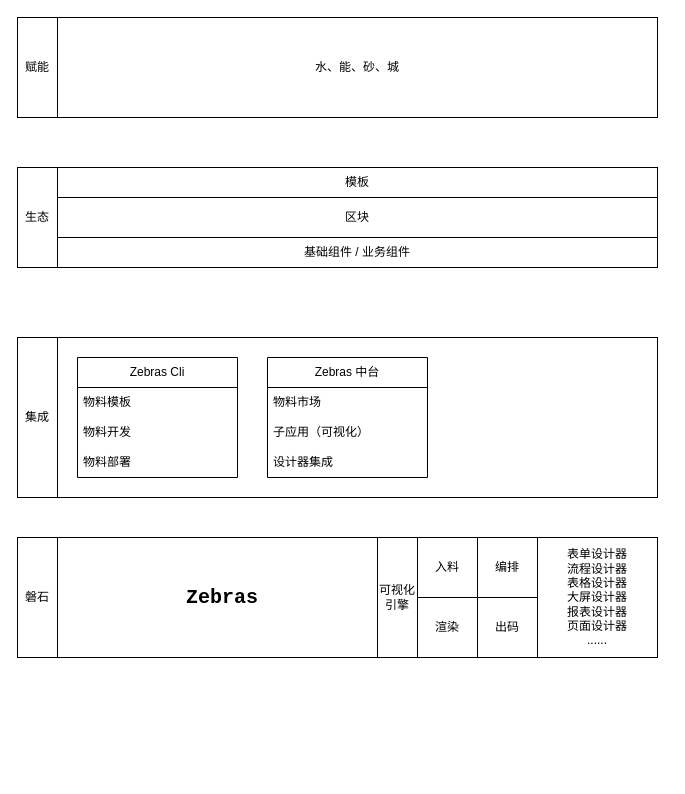
Before: 低代码—架构.drawio in tangyaosimida/love, a draw.io diagram. Source tidied: cells renumbered, new cells numbered last; positions are measured from the earlier drawing's top-left corner, leaving out a move shared by most shapes. Both pictures are drawn from the tidied source at 100%, with x=0, y=0 at pixel (17, 17).
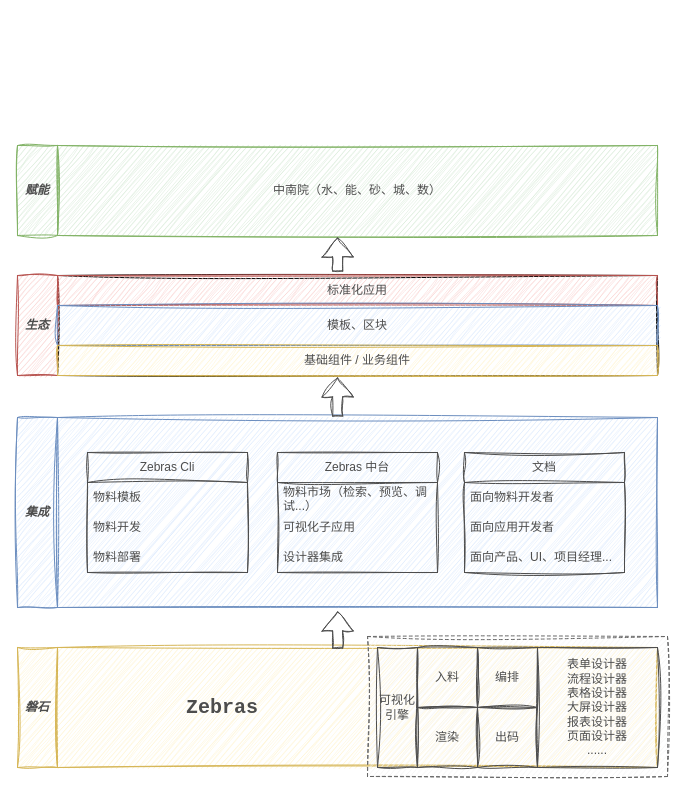
Above is the later version.

Commit message:
更新低代码—架构.drawio

The edit, as a diff of the source:
```diff
@@
+    <mxCell id="4" style="rounded=0;whiteSpace=wrap;html=1;shadow=0;glass=0;swimlaneLine=1;fillColor=#dae8fc;strokeColor=#6c8ebf;fontColor=#4D4D4D;sketch=1;curveFitting=1;jiggle=2;" parent="1" vertex="1">
+      <mxGeometry x="40" y="400" width="600" height="190" as="geometry" />
+    </mxCell>
-    <mxCell id="2" style="rounded=0;whiteSpace=wrap;html=1;" parent="1" vertex="1">
-      <mxGeometry x="40" y="520" width="600" height="120" as="geometry" />
+    <mxCell id="2" style="rounded=0;whiteSpace=wrap;html=1;shadow=0;glass=0;swimlaneLine=1;fillColor=#fff2cc;strokeColor=#d6b656;fontColor=#4D4D4D;sketch=1;curveFitting=1;jiggle=2;" parent="1" vertex="1">
+      <mxGeometry x="40" y="630" width="600" height="120" as="geometry" />
     </mxCell>
+    <mxCell id="29" style="rounded=0;whiteSpace=wrap;html=1;dashed=1;fillColor=#f5f5f5;fontColor=#4D4D4D;strokeColor=#666666;glass=0;shadow=0;swimlaneLine=1;sketch=1;curveFitting=1;jiggle=2;" parent="1" vertex="1">
+      <mxGeometry x="350" y="619" width="300" height="140" as="geometry" />
+    </mxCell>
-    <mxCell id="3" value="磐石" style="rounded=0;whiteSpace=wrap;html=1;" parent="1" vertex="1">
-      <mxGeometry y="520" width="40" height="120" as="geometry" />
+    <mxCell id="3" value="磐石" style="rounded=0;whiteSpace=wrap;html=1;shadow=0;glass=0;swimlaneLine=1;fillColor=#fff2cc;strokeColor=#d6b656;fontStyle=3;fontColor=#4D4D4D;sketch=1;curveFitting=1;jiggle=2;" parent="1" vertex="1">
+      <mxGeometry y="630" width="40" height="120" as="geometry" />
     </mxCell>
-    <mxCell id="4" style="rounded=0;whiteSpace=wrap;html=1;" parent="1" vertex="1">
-      <mxGeometry x="40" y="320" width="600" height="160" as="geometry" />
-    </mxCell>
-    <mxCell id="5" value="集成" style="rounded=0;whiteSpace=wrap;html=1;" parent="1" vertex="1">
-      <mxGeometry y="320" width="40" height="160" as="geometry" />
+    <mxCell id="5" value="集成" style="rounded=0;whiteSpace=wrap;html=1;shadow=0;glass=0;swimlaneLine=1;fillColor=#dae8fc;strokeColor=#6c8ebf;fontStyle=3;fontColor=#4D4D4D;sketch=1;curveFitting=1;jiggle=2;" parent="1" vertex="1">
+      <mxGeometry y="400" width="40" height="190" as="geometry" />
     </mxCell>
-    <mxCell id="6" style="rounded=0;whiteSpace=wrap;html=1;" parent="1" vertex="1">
-      <mxGeometry x="40" y="150" width="600" height="100" as="geometry" />
+    <mxCell id="6" style="rounded=0;whiteSpace=wrap;html=1;shadow=0;glass=0;swimlaneLine=1;fontColor=#4D4D4D;sketch=1;curveFitting=1;jiggle=2;" parent="1" vertex="1">
+      <mxGeometry x="40" y="258" width="600" height="100" as="geometry" />
     </mxCell>
-    <mxCell id="7" value="生态" style="rounded=0;whiteSpace=wrap;html=1;" parent="1" vertex="1">
-      <mxGeometry y="150" width="40" height="100" as="geometry" />
+    <mxCell id="7" value="生态" style="rounded=0;whiteSpace=wrap;html=1;shadow=0;glass=0;swimlaneLine=1;fillColor=#f8cecc;strokeColor=#b85450;fontStyle=3;fontColor=#4D4D4D;sketch=1;curveFitting=1;jiggle=2;" parent="1" vertex="1">
+      <mxGeometry y="258" width="40" height="100" as="geometry" />
     </mxCell>
-    <mxCell id="8" value="水、能、砂、城" style="rounded=0;whiteSpace=wrap;html=1;" parent="1" vertex="1">
-      <mxGeometry x="40" width="600" height="100" as="geometry" />
+    <mxCell id="8" value="中南院（水、能、砂、城、数）" style="rounded=0;whiteSpace=wrap;html=1;shadow=0;glass=0;swimlaneLine=1;fillColor=#d5e8d4;strokeColor=#82b366;fontColor=#4D4D4D;sketch=1;curveFitting=1;jiggle=2;" parent="1" vertex="1">
+      <mxGeometry x="40" y="128" width="600" height="90" as="geometry" />
     </mxCell>
-    <mxCell id="9" value="赋能" style="rounded=0;whiteSpace=wrap;html=1;" parent="1" vertex="1">
-      <mxGeometry width="40" height="100" as="geometry" />
+    <mxCell id="9" value="赋能" style="rounded=0;whiteSpace=wrap;html=1;shadow=0;glass=0;swimlaneLine=1;fillColor=#d5e8d4;strokeColor=#82b366;fontStyle=3;fontColor=#4D4D4D;sketch=1;curveFitting=1;jiggle=2;" parent="1" vertex="1">
+      <mxGeometry y="128" width="40" height="90" as="geometry" />
     </mxCell>
-    <mxCell id="10" style="rounded=0;whiteSpace=wrap;html=1;fillColor=#B3B3B3;" parent="1" vertex="1">
-      <mxGeometry x="400" y="520" width="240" height="120" as="geometry" />
-    </mxCell>
-    <mxCell id="11" value="Zebras" style="text;html=1;align=center;verticalAlign=middle;whiteSpace=wrap;rounded=0;fontStyle=1;fontSize=20;fontFamily=Courier New;" parent="1" vertex="1">
-      <mxGeometry x="150" y="562.5" width="110" height="35" as="geometry" />
+    <mxCell id="11" value="Zebras" style="text;html=1;align=center;verticalAlign=middle;whiteSpace=wrap;rounded=0;fontStyle=1;fontSize=20;fontFamily=Courier New;shadow=0;glass=0;swimlaneLine=1;fontColor=#4D4D4D;sketch=1;curveFitting=1;jiggle=2;" parent="1" vertex="1">
+      <mxGeometry x="150" y="672.5" width="110" height="35" as="geometry" />
     </mxCell>
-    <mxCell id="12" value="编排" style="rounded=0;whiteSpace=wrap;html=1;" parent="1" vertex="1">
-      <mxGeometry x="460" y="520" width="60" height="60" as="geometry" />
+    <mxCell id="12" value="编排" style="rounded=0;whiteSpace=wrap;html=1;shadow=0;glass=0;swimlaneLine=1;fillColor=none;fontColor=#4D4D4D;strokeColor=#4D4D4D;sketch=1;curveFitting=1;jiggle=2;" parent="1" vertex="1">
+      <mxGeometry x="460" y="630" width="60" height="60" as="geometry" />
     </mxCell>
-    <mxCell id="13" value="出码" style="rounded=0;whiteSpace=wrap;html=1;" parent="1" vertex="1">
-      <mxGeometry x="460" y="580" width="60" height="60" as="geometry" />
+    <mxCell id="13" value="出码" style="rounded=0;whiteSpace=wrap;html=1;shadow=0;glass=0;swimlaneLine=1;fillColor=none;fontColor=#4D4D4D;strokeColor=#4D4D4D;sketch=1;curveFitting=1;jiggle=2;" parent="1" vertex="1">
+      <mxGeometry x="460" y="690" width="60" height="60" as="geometry" />
     </mxCell>
-    <mxCell id="14" value="入料" style="rounded=0;whiteSpace=wrap;html=1;" parent="1" vertex="1">
-      <mxGeometry x="400" y="520" width="60" height="60" as="geometry" />
+    <mxCell id="14" value="入料" style="rounded=0;whiteSpace=wrap;html=1;shadow=0;glass=0;swimlaneLine=1;fillColor=none;fontColor=#4D4D4D;strokeColor=#4D4D4D;sketch=1;curveFitting=1;jiggle=2;" parent="1" vertex="1">
+      <mxGeometry x="400" y="630" width="60" height="60" as="geometry" />
     </mxCell>
-    <mxCell id="15" value="渲染" style="rounded=0;whiteSpace=wrap;html=1;" parent="1" vertex="1">
-      <mxGeometry x="400" y="580" width="60" height="60" as="geometry" />
+    <mxCell id="15" value="渲染" style="rounded=0;whiteSpace=wrap;html=1;shadow=0;glass=0;swimlaneLine=1;fillColor=none;fontColor=#4D4D4D;strokeColor=#4D4D4D;sketch=1;curveFitting=1;jiggle=2;" parent="1" vertex="1">
+      <mxGeometry x="400" y="690" width="60" height="60" as="geometry" />
     </mxCell>
-    <mxCell id="16" value="可视化引擎" style="rounded=0;whiteSpace=wrap;html=1;" parent="1" vertex="1">
-      <mxGeometry x="360" y="520" width="40" height="120" as="geometry" />
+    <mxCell id="16" value="可视化引擎" style="rounded=0;whiteSpace=wrap;html=1;shadow=0;glass=0;swimlaneLine=1;fillColor=none;fontColor=#4D4D4D;strokeColor=#4D4D4D;sketch=1;curveFitting=1;jiggle=2;" parent="1" vertex="1">
+      <mxGeometry x="360" y="630" width="40" height="120" as="geometry" />
     </mxCell>
-    <mxCell id="17" value="表单设计器&lt;br&gt;流程设计器&lt;br&gt;表格设计器&lt;br&gt;大屏设计器&lt;br&gt;报表设计器&lt;br&gt;页面设计器&lt;br&gt;......" style="rounded=0;whiteSpace=wrap;html=1;" parent="1" vertex="1">
-      <mxGeometry x="520" y="520" width="120" height="120" as="geometry" />
+    <mxCell id="17" value="表单设计器&lt;br&gt;流程设计器&lt;br&gt;表格设计器&lt;br&gt;大屏设计器&lt;br&gt;报表设计器&lt;br&gt;页面设计器&lt;br&gt;......" style="rounded=0;whiteSpace=wrap;html=1;shadow=0;glass=0;swimlaneLine=1;fillColor=none;fontColor=#4D4D4D;strokeColor=#4D4D4D;sketch=1;curveFitting=1;jiggle=2;" parent="1" vertex="1">
+      <mxGeometry x="520" y="630" width="120" height="120" as="geometry" />
     </mxCell>
-    <mxCell id="18" value="Zebras Cli" style="swimlane;fontStyle=0;horizontal=1;startSize=30;whiteSpace=wrap;html=1;" parent="1" vertex="1">
-      <mxGeometry x="60" y="340" width="160" height="120" as="geometry" />
+    <mxCell id="18" value="Zebras Cli" style="swimlane;fontStyle=0;horizontal=1;startSize=30;whiteSpace=wrap;html=1;shadow=0;glass=0;rounded=0;swimlaneLine=1;fontColor=#4D4D4D;fillColor=none;strokeColor=#4D4D4D;sketch=1;curveFitting=1;jiggle=2;" parent="1" vertex="1">
+      <mxGeometry x="70" y="435" width="160" height="120" as="geometry" />
     </mxCell>
-    <mxCell id="19" value="物料模板" style="text;strokeColor=none;fillColor=none;align=left;verticalAlign=middle;spacingLeft=4;spacingRight=4;overflow=hidden;whiteSpace=wrap;html=1;" parent="18" vertex="1">
+    <mxCell id="19" value="物料模板" style="text;strokeColor=none;fillColor=none;align=left;verticalAlign=middle;spacingLeft=4;spacingRight=4;overflow=hidden;whiteSpace=wrap;html=1;shadow=0;glass=0;rounded=0;swimlaneLine=1;fontColor=#4D4D4D;sketch=1;curveFitting=1;jiggle=2;" parent="18" vertex="1">
       <mxGeometry y="30" width="160" height="30" as="geometry" />
     </mxCell>
-    <mxCell id="20" value="物料开发" style="text;strokeColor=none;fillColor=none;align=left;verticalAlign=middle;spacingLeft=4;spacingRight=4;overflow=hidden;whiteSpace=wrap;html=1;" parent="18" vertex="1">
+    <mxCell id="20" value="物料开发" style="text;strokeColor=none;fillColor=none;align=left;verticalAlign=middle;spacingLeft=4;spacingRight=4;overflow=hidden;whiteSpace=wrap;html=1;shadow=0;glass=0;rounded=0;swimlaneLine=1;fontColor=#4D4D4D;sketch=1;curveFitting=1;jiggle=2;" parent="18" vertex="1">
       <mxGeometry y="60" width="160" height="30" as="geometry" />
     </mxCell>
-    <mxCell id="21" value="物料部署" style="text;strokeColor=none;fillColor=none;align=left;verticalAlign=middle;spacingLeft=4;spacingRight=4;overflow=hidden;whiteSpace=wrap;html=1;" parent="18" vertex="1">
+    <mxCell id="21" value="物料部署" style="text;strokeColor=none;fillColor=none;align=left;verticalAlign=middle;spacingLeft=4;spacingRight=4;overflow=hidden;whiteSpace=wrap;html=1;shadow=0;glass=0;rounded=0;swimlaneLine=1;fontColor=#4D4D4D;sketch=1;curveFitting=1;jiggle=2;" parent="18" vertex="1">
       <mxGeometry y="90" width="160" height="30" as="geometry" />
     </mxCell>
-    <mxCell id="22" value="Zebras 中台" style="swimlane;fontStyle=0;horizontal=1;startSize=30;whiteSpace=wrap;html=1;" parent="1" vertex="1">
-      <mxGeometry x="250" y="340" width="160" height="120" as="geometry" />
+    <mxCell id="22" value="Zebras 中台" style="swimlane;fontStyle=0;horizontal=1;startSize=30;whiteSpace=wrap;html=1;shadow=0;glass=0;rounded=0;swimlaneLine=1;fontColor=#4D4D4D;fillColor=none;strokeColor=#4D4D4D;sketch=1;curveFitting=1;jiggle=2;" parent="1" vertex="1">
+      <mxGeometry x="260" y="435" width="160" height="120" as="geometry" />
     </mxCell>
-    <mxCell id="23" value="物料市场" style="text;strokeColor=none;fillColor=none;align=left;verticalAlign=middle;spacingLeft=4;spacingRight=4;overflow=hidden;whiteSpace=wrap;html=1;" parent="22" vertex="1">
+    <mxCell id="23" value="物料市场（检索、预览、调试...）" style="text;strokeColor=none;fillColor=none;align=left;verticalAlign=middle;spacingLeft=4;spacingRight=4;overflow=hidden;whiteSpace=wrap;html=1;shadow=0;glass=0;rounded=0;swimlaneLine=1;fontColor=#4D4D4D;sketch=1;curveFitting=1;jiggle=2;" parent="22" vertex="1">
       <mxGeometry y="30" width="160" height="30" as="geometry" />
     </mxCell>
-    <mxCell id="24" value="子应用（可视化）" style="text;strokeColor=none;fillColor=none;align=left;verticalAlign=middle;spacingLeft=4;spacingRight=4;overflow=hidden;whiteSpace=wrap;html=1;" parent="22" vertex="1">
+    <mxCell id="24" value="可视化子应用" style="text;strokeColor=none;fillColor=none;align=left;verticalAlign=middle;spacingLeft=4;spacingRight=4;overflow=hidden;whiteSpace=wrap;html=1;shadow=0;glass=0;rounded=0;swimlaneLine=1;fontColor=#4D4D4D;sketch=1;curveFitting=1;jiggle=2;" parent="22" vertex="1">
       <mxGeometry y="60" width="160" height="30" as="geometry" />
     </mxCell>
-    <mxCell id="25" value="设计器集成" style="text;strokeColor=none;fillColor=none;align=left;verticalAlign=middle;spacingLeft=4;spacingRight=4;overflow=hidden;whiteSpace=wrap;html=1;" parent="22" vertex="1">
+    <mxCell id="25" value="设计器集成" style="text;strokeColor=none;fillColor=none;align=left;verticalAlign=middle;spacingLeft=4;spacingRight=4;overflow=hidden;whiteSpace=wrap;html=1;shadow=0;glass=0;rounded=0;swimlaneLine=1;fontColor=#4D4D4D;sketch=1;curveFitting=1;jiggle=2;" parent="22" vertex="1">
       <mxGeometry y="90" width="160" height="30" as="geometry" />
     </mxCell>
-    <mxCell id="26" value="模板" style="rounded=0;whiteSpace=wrap;html=1;" parent="1" vertex="1">
-      <mxGeometry x="40" y="150" width="600" height="30" as="geometry" />
+    <mxCell id="26" value="标准化应用" style="rounded=0;whiteSpace=wrap;html=1;shadow=0;glass=0;swimlaneLine=1;fillColor=#f8cecc;strokeColor=#b85450;fontColor=#4D4D4D;sketch=1;curveFitting=1;jiggle=2;" parent="1" vertex="1">
+      <mxGeometry x="40" y="258" width="600" height="30" as="geometry" />
     </mxCell>
-    <mxCell id="27" value="区块" style="rounded=0;whiteSpace=wrap;html=1;" parent="1" vertex="1">
-      <mxGeometry x="40" y="180" width="600" height="40" as="geometry" />
+    <mxCell id="27" value="模板、区块" style="rounded=0;whiteSpace=wrap;html=1;shadow=0;glass=0;swimlaneLine=1;fillColor=#dae8fc;strokeColor=#6c8ebf;fontColor=#4D4D4D;sketch=1;curveFitting=1;jiggle=2;" parent="1" vertex="1">
+      <mxGeometry x="40" y="288" width="600" height="40" as="geometry" />
     </mxCell>
-    <mxCell id="28" value="基础组件 / 业务组件" style="rounded=0;whiteSpace=wrap;html=1;" parent="1" vertex="1">
-      <mxGeometry x="40" y="220" width="600" height="30" as="geometry" />
+    <mxCell id="28" value="基础组件 / 业务组件" style="rounded=0;whiteSpace=wrap;html=1;shadow=0;glass=0;swimlaneLine=1;fillColor=#fff2cc;strokeColor=#d6b656;fontColor=#4D4D4D;sketch=1;curveFitting=1;jiggle=2;" parent="1" vertex="1">
+      <mxGeometry x="40" y="328" width="600" height="30" as="geometry" />
     </mxCell>
+    <mxCell id="30" value="文档" style="swimlane;fontStyle=0;horizontal=1;startSize=30;whiteSpace=wrap;html=1;shadow=0;glass=0;rounded=0;swimlaneLine=1;fontColor=#4D4D4D;fillColor=none;strokeColor=#4D4D4D;sketch=1;curveFitting=1;jiggle=2;" parent="1" vertex="1">
+      <mxGeometry x="447" y="435" width="160" height="120" as="geometry" />
+    </mxCell>
+    <mxCell id="31" value="面向物料开发者" style="text;strokeColor=none;fillColor=none;align=left;verticalAlign=middle;spacingLeft=4;spacingRight=4;overflow=hidden;whiteSpace=wrap;html=1;shadow=0;glass=0;rounded=0;swimlaneLine=1;fontColor=#4D4D4D;sketch=1;curveFitting=1;jiggle=2;" parent="30" vertex="1">
+      <mxGeometry y="30" width="160" height="30" as="geometry" />
+    </mxCell>
+    <mxCell id="32" value="面向应用开发者" style="text;strokeColor=none;fillColor=none;align=left;verticalAlign=middle;spacingLeft=4;spacingRight=4;overflow=hidden;whiteSpace=wrap;html=1;shadow=0;glass=0;rounded=0;swimlaneLine=1;fontColor=#4D4D4D;sketch=1;curveFitting=1;jiggle=2;" parent="30" vertex="1">
+      <mxGeometry y="60" width="160" height="30" as="geometry" />
+    </mxCell>
+    <mxCell id="33" value="面向产品、UI、项目经理..." style="text;strokeColor=none;fillColor=none;align=left;verticalAlign=middle;spacingLeft=4;spacingRight=4;overflow=hidden;whiteSpace=wrap;html=1;shadow=0;glass=0;rounded=0;swimlaneLine=1;fontColor=#4D4D4D;sketch=1;curveFitting=1;jiggle=2;" parent="30" vertex="1">
+      <mxGeometry y="90" width="160" height="30" as="geometry" />
+    </mxCell>
+    <mxCell id="34" style="shape=flexArrow;endArrow=classic;html=1;rounded=0;exitX=0.467;exitY=0;exitDx=0;exitDy=0;exitPerimeter=0;fontColor=#4D4D4D;swimlaneLine=1;sketch=1;curveFitting=1;jiggle=2;shadow=0;strokeColor=#4D4D4D;" parent="1" edge="1">
+      <mxGeometry relative="1" as="geometry">
+        <mxPoint x="320.2" y="631" as="sourcePoint" />
+        <mxPoint x="320" y="594" as="targetPoint" />
+      </mxGeometry>
+    </mxCell>
+    <mxCell id="35" style="shape=flexArrow;endArrow=classic;html=1;rounded=0;exitX=0.467;exitY=0;exitDx=0;exitDy=0;exitPerimeter=0;fontColor=#4D4D4D;swimlaneLine=1;sketch=1;curveFitting=1;jiggle=2;shadow=0;strokeColor=#4D4D4D;" parent="1" edge="1">
+      <mxGeometry relative="1" as="geometry">
+        <mxPoint x="320.2" y="399" as="sourcePoint" />
+        <mxPoint x="320" y="360" as="targetPoint" />
+      </mxGeometry>
+    </mxCell>
+    <mxCell id="36" style="shape=flexArrow;endArrow=classic;html=1;rounded=0;exitX=0.467;exitY=0;exitDx=0;exitDy=0;exitPerimeter=0;fontColor=#4D4D4D;swimlaneLine=1;sketch=1;curveFitting=1;jiggle=2;shadow=0;strokeColor=#4D4D4D;" parent="1" edge="1">
+      <mxGeometry relative="1" as="geometry">
+        <mxPoint x="320.2" y="254" as="sourcePoint" />
+        <mxPoint x="320" y="220" as="targetPoint" />
+      </mxGeometry>
+    </mxCell>
```
